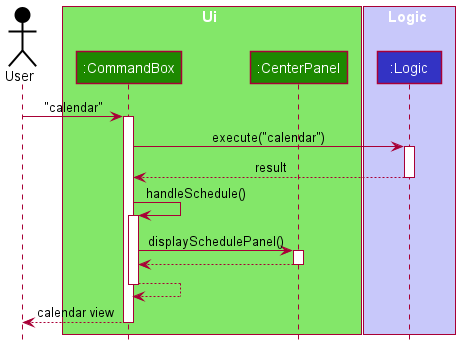
Above: docs/images/ScheduleSequenceDiagram.png in nus-cs2103-AY2122S1/tp (PlantUML), before the change.
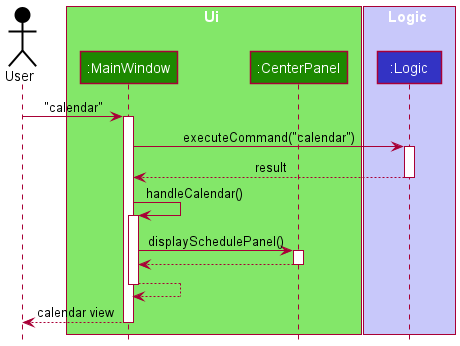
The same file after the commit.

The edit, as a diff of the source:
```diff
@@ -1,10 +1,10 @@
 @startuml
 !include style.puml
 
-Actor User as user USER_COLOR
+Actor User as User USER_COLOR
 
 box Ui UI_COLOR_T1
-participant ":CommandBox" as MainWindow UI_COLOR
+participant ":MainWindow" as MainWindow UI_COLOR
 participant ":CenterPanel" as CenterPanel UI_COLOR
 end box
 
@@ -12,16 +12,17 @@
 participant ":Logic" as Logic LOGIC_COLOR
 end box
 
-user -> MainWindow : "calendar"
+
+User -> MainWindow : "calendar"
 activate MainWindow
 
-MainWindow -> Logic : execute("calendar")
+MainWindow -> Logic : executeCommand("calendar")
 activate Logic
 
 Logic --> MainWindow : result
 deactivate Logic
 
-MainWindow -> MainWindow : handleSchedule()
+MainWindow -> MainWindow : handleCalendar()
 activate MainWindow
 
 MainWindow -> CenterPanel : displaySchedulePanel()
@@ -33,6 +34,6 @@
 MainWindow --> MainWindow
 deactivate MainWindow
 
-MainWindow --> user : calendar view
+MainWindow --> User : calendar view
 deactivate MainWindow
 @enduml
```
